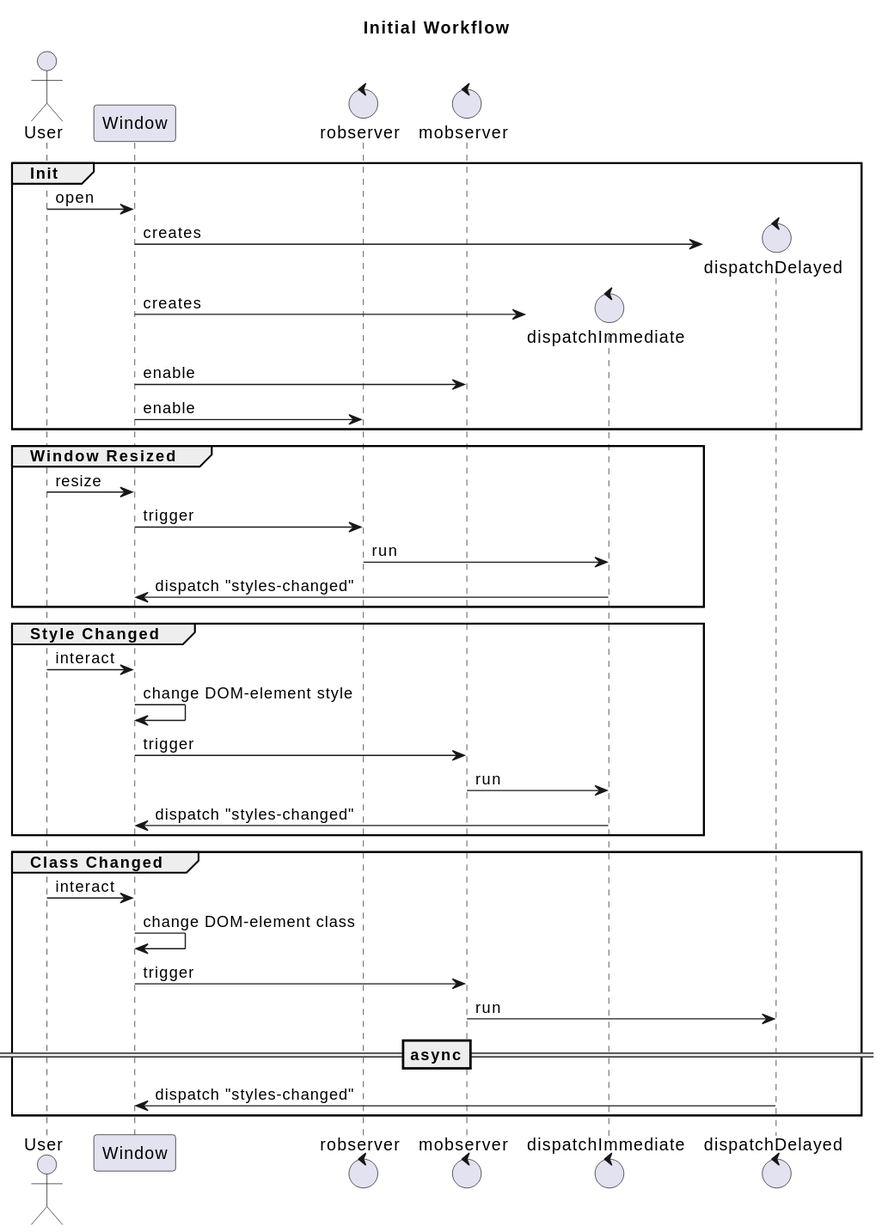
Before: uml/svg/charts/init_workflow.svg, a diagram exported from PlantUML (hdml-github/hdml). The source it was exported from:
```plantuml
@startuml init_workflow
  title Initial Workflow

  actor User
  participant Window
  control robserver
  control mobserver
  control dispatchImmediate
  control dispatchDelayed

  group Init
    User -> Window: open

    create dispatchDelayed
    Window -> dispatchDelayed: creates

    create dispatchImmediate
    Window -> dispatchImmediate: creates

    Window -> mobserver: enable
    Window -> robserver: enable
  end

  group Window Resized
    User -> Window: resize
    Window -> robserver: trigger
    robserver -> dispatchImmediate: run
    dispatchImmediate -> Window: dispatch "styles-changed"
  end

  group Style Changed
    User -> Window: interact
    Window -> Window: change DOM-element style
    Window -> mobserver: trigger
    mobserver -> dispatchImmediate: run
    dispatchImmediate -> Window: dispatch "styles-changed"
  end

  group Class Changed
    User -> Window: interact
    Window -> Window: change DOM-element class
    Window -> mobserver: trigger
    mobserver -> dispatchDelayed: run
    ==async==
    dispatchDelayed -> Window: dispatch "styles-changed"
  end
@enduml
```
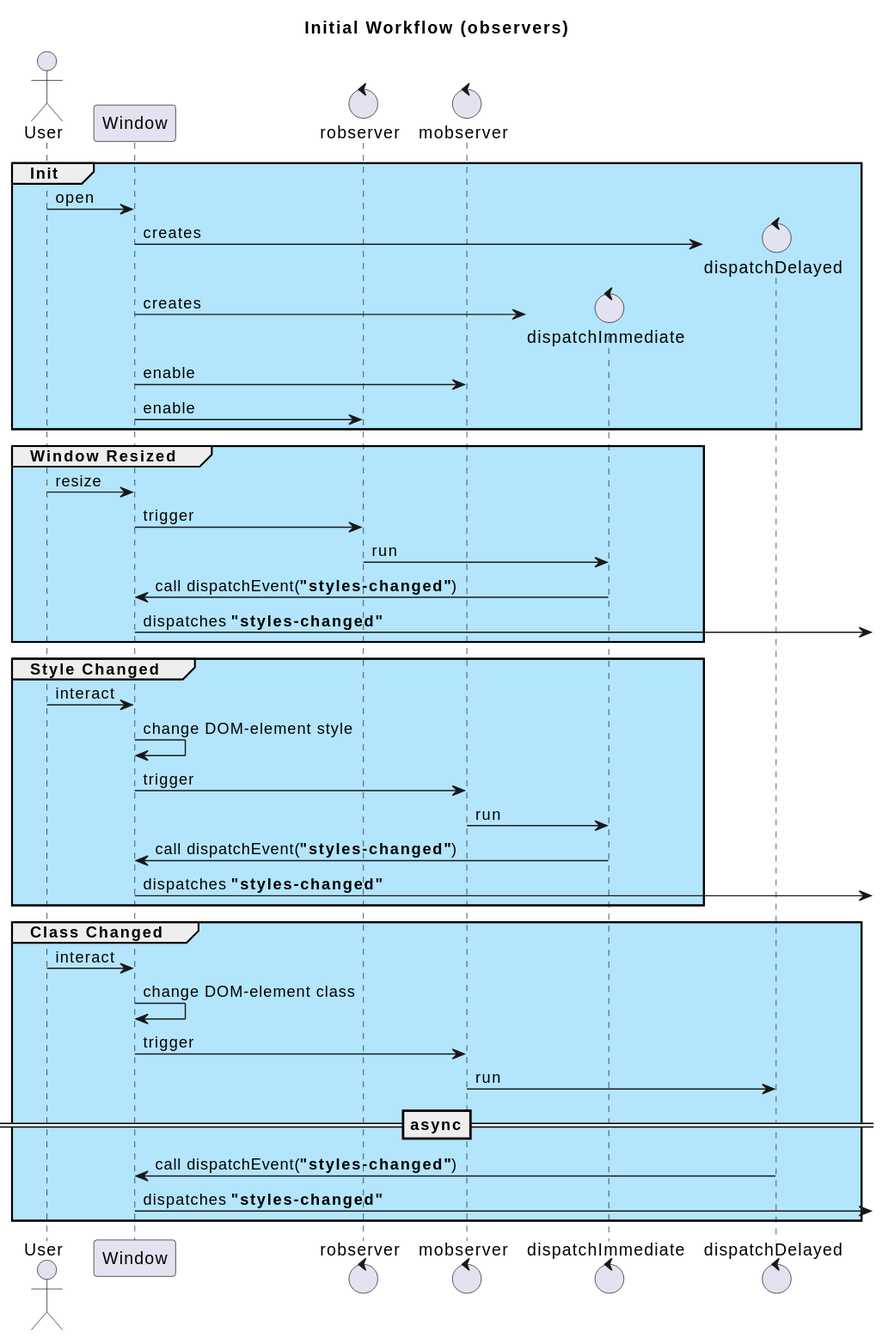
The same file after the commit.

What changed in the source:
```diff
@@ -1,5 +1,5 @@
 @startuml init_workflow
-  title Initial Workflow
+  title Initial Workflow (observers)
 
   actor User
   participant Window
@@ -8,7 +8,7 @@
   control dispatchImmediate
   control dispatchDelayed
 
-  group Init
+  group #b3e5fc Init
     User -> Window: open
 
     create dispatchDelayed
@@ -21,27 +21,30 @@
     Window -> robserver: enable
   end
 
-  group Window Resized
+  group #b3e5fc Window Resized
     User -> Window: resize
     Window -> robserver: trigger
     robserver -> dispatchImmediate: run
-    dispatchImmediate -> Window: dispatch "styles-changed"
+    dispatchImmediate -> Window: call dispatchEvent(<b>"styles-changed"</b>)
+    Window -> : dispatches <b>"styles-changed"</b>
   end
 
-  group Style Changed
+  group #b3e5fc Style Changed
     User -> Window: interact
     Window -> Window: change DOM-element style
     Window -> mobserver: trigger
     mobserver -> dispatchImmediate: run
-    dispatchImmediate -> Window: dispatch "styles-changed"
+    dispatchImmediate -> Window: call dispatchEvent(<b>"styles-changed"</b>)
+    Window -> : dispatches <b>"styles-changed"</b>
   end
 
-  group Class Changed
+  group #b3e5fc Class Changed
     User -> Window: interact
     Window -> Window: change DOM-element class
     Window -> mobserver: trigger
     mobserver -> dispatchDelayed: run
     ==async==
-    dispatchDelayed -> Window: dispatch "styles-changed"
+    dispatchDelayed -> Window: call dispatchEvent(<b>"styles-changed"</b>)
+    Window -> : dispatches <b>"styles-changed"</b>
   end
 @enduml
```
